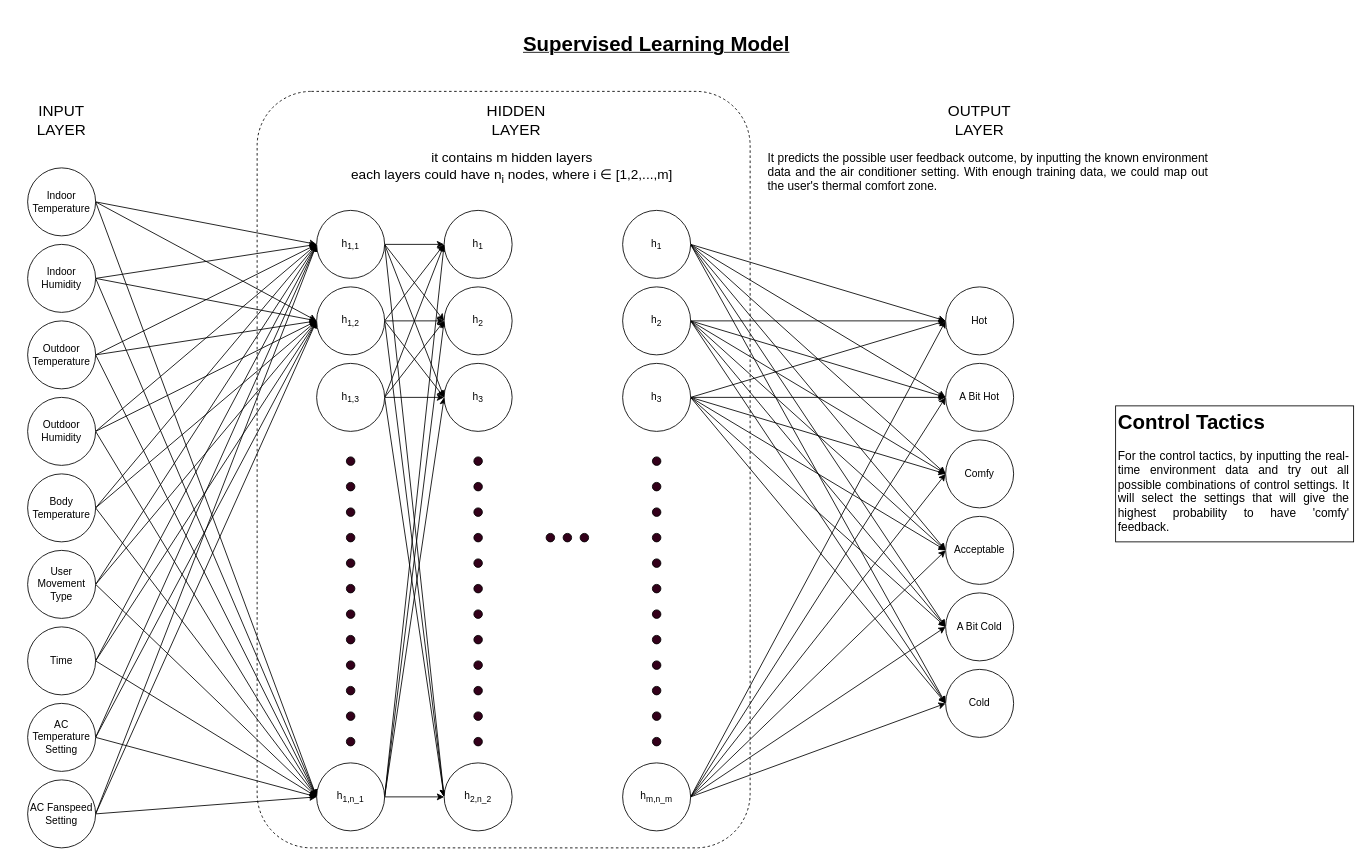
This is Machine_Learning/Supervised Learning Model.drawio from eddylau328/fyp-artificial-intelligence-ac-control-device, a draw.io file, before an edit. Source tidied: cells renumbered, new cells numbered last; positions are measured from the earlier drawing's top-left corner, leaving out a move shared by most shapes. Both pictures are drawn from the tidied source at 85%, with x=0, y=0 at pixel (14, 14).
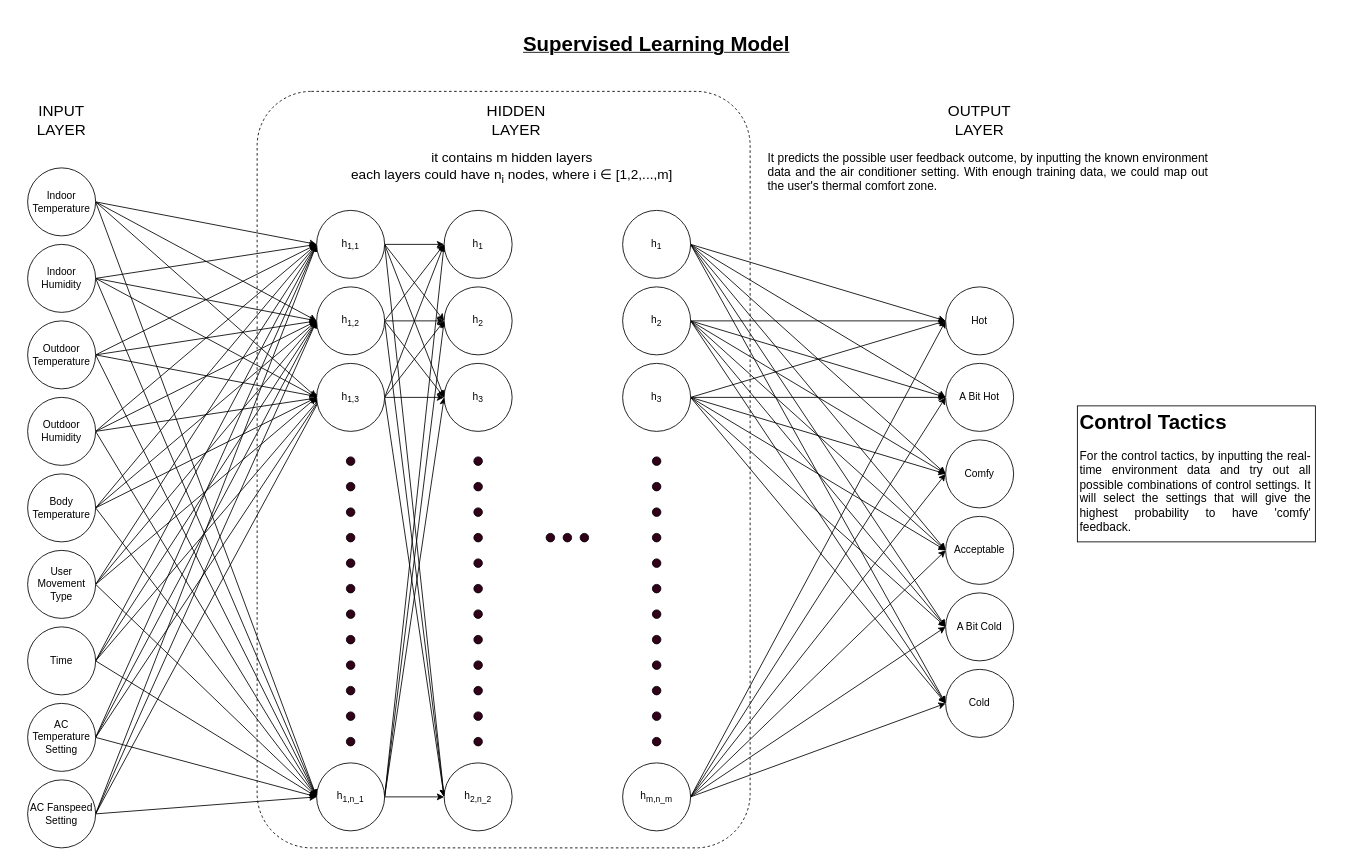
Above is the later version.

Unchanged cells that the change refers to:
```xml
<mxCell id="5" value="Indoor&lt;div&gt;Temperature&lt;/div&gt;" style="ellipse;whiteSpace=wrap;html=1;" parent="1" vertex="1">
  <mxGeometry x="15" y="180" width="80" height="80" as="geometry" />
</mxCell>
<mxCell id="9" value="Indoor Humidity" style="ellipse;whiteSpace=wrap;html=1;" parent="1" vertex="1">
  <mxGeometry x="15" y="270" width="80" height="80" as="geometry" />
</mxCell>
<mxCell id="13" value="&lt;div&gt;Outdoor Temperature&lt;br&gt;&lt;/div&gt;" style="ellipse;whiteSpace=wrap;html=1;" parent="1" vertex="1">
  <mxGeometry x="15" y="360" width="80" height="80" as="geometry" />
</mxCell>
<mxCell id="17" value="Outdoor Humidity" style="ellipse;whiteSpace=wrap;html=1;" parent="1" vertex="1">
  <mxGeometry x="15" y="450" width="80" height="80" as="geometry" />
</mxCell>
<mxCell id="21" value="Time" style="ellipse;whiteSpace=wrap;html=1;" parent="1" vertex="1">
  <mxGeometry x="15" y="720" width="80" height="80" as="geometry" />
</mxCell>
<mxCell id="25" value="Body Temperature" style="ellipse;whiteSpace=wrap;html=1;" parent="1" vertex="1">
  <mxGeometry x="15" y="540" width="80" height="80" as="geometry" />
</mxCell>
<mxCell id="29" value="User Movement Type" style="ellipse;whiteSpace=wrap;html=1;" parent="1" vertex="1">
  <mxGeometry x="15" y="630" width="80" height="80" as="geometry" />
</mxCell>
<mxCell id="33" value="AC Temperature Setting" style="ellipse;whiteSpace=wrap;html=1;" parent="1" vertex="1">
  <mxGeometry x="15" y="810" width="80" height="80" as="geometry" />
</mxCell>
<mxCell id="37" value="AC Fanspeed Setting" style="ellipse;whiteSpace=wrap;html=1;" parent="1" vertex="1">
  <mxGeometry x="15" y="900" width="80" height="80" as="geometry" />
</mxCell>
<mxCell id="53" value="h&lt;sub&gt;1,3&lt;/sub&gt;" style="ellipse;whiteSpace=wrap;html=1;" parent="1" vertex="1">
  <mxGeometry x="355" y="410" width="80" height="80" as="geometry" />
</mxCell>
```

The edit, as a diff of the source:
```diff
@@
+    <mxCell id="131" style="rounded=1;whiteSpace=wrap;html=1;fillColor=none;dashed=1;arcSize=11;" parent="1" vertex="1">
+      <mxGeometry x="285" y="90" width="580" height="890" as="geometry" />
+    </mxCell>
@@
+    <mxCell id="143" style="rounded=0;jettySize=auto;html=1;exitX=1;exitY=0.5;exitDx=0;exitDy=0;entryX=0;entryY=0.5;entryDx=0;entryDy=0;" parent="1" edge="1" source="5" target="53">
+      <mxGeometry relative="1" as="geometry" />
+    </mxCell>
@@
+    <mxCell id="144" style="edgeStyle=none;rounded=0;jettySize=auto;html=1;exitX=1;exitY=0.5;exitDx=0;exitDy=0;entryX=0;entryY=0.5;entryDx=0;entryDy=0;" parent="1" edge="1" source="9" target="53">
+      <mxGeometry relative="1" as="geometry" />
+    </mxCell>
@@
+    <mxCell id="145" style="edgeStyle=none;rounded=0;jettySize=auto;html=1;exitX=1;exitY=0.5;exitDx=0;exitDy=0;" parent="1" edge="1" source="13">
+      <mxGeometry relative="1" as="geometry">
+        <mxPoint x="360" y="450" as="targetPoint" />
+      </mxGeometry>
+    </mxCell>
@@
+    <mxCell id="146" style="edgeStyle=none;rounded=0;jettySize=auto;html=1;exitX=1;exitY=0.5;exitDx=0;exitDy=0;" parent="1" edge="1" source="17">
+      <mxGeometry relative="1" as="geometry">
+        <mxPoint x="360" y="450" as="targetPoint" />
+      </mxGeometry>
+    </mxCell>
@@
+    <mxCell id="147" style="edgeStyle=none;rounded=0;jettySize=auto;html=1;exitX=1;exitY=0.5;exitDx=0;exitDy=0;" parent="1" edge="1" source="21">
+      <mxGeometry relative="1" as="geometry">
+        <mxPoint x="360" y="450" as="targetPoint" />
+      </mxGeometry>
+    </mxCell>
@@
+    <mxCell id="148" style="edgeStyle=none;rounded=0;jettySize=auto;html=1;exitX=1;exitY=0.5;exitDx=0;exitDy=0;entryX=0;entryY=0.5;entryDx=0;entryDy=0;" parent="1" edge="1" source="25" target="53">
+      <mxGeometry relative="1" as="geometry" />
+    </mxCell>
@@
+    <mxCell id="149" style="edgeStyle=none;rounded=0;jettySize=auto;html=1;exitX=1;exitY=0.5;exitDx=0;exitDy=0;entryX=0;entryY=0.5;entryDx=0;entryDy=0;" parent="1" edge="1" source="29" target="53">
+      <mxGeometry relative="1" as="geometry" />
+    </mxCell>
@@
+    <mxCell id="150" style="edgeStyle=none;rounded=0;jettySize=auto;html=1;exitX=1;exitY=0.5;exitDx=0;exitDy=0;" parent="1" edge="1" source="33">
+      <mxGeometry relative="1" as="geometry">
+        <mxPoint x="360" y="450" as="targetPoint" />
+      </mxGeometry>
+    </mxCell>
@@
+    <mxCell id="151" style="edgeStyle=none;rounded=0;jettySize=auto;html=1;exitX=1;exitY=0.5;exitDx=0;exitDy=0;" parent="1" edge="1" source="37">
+      <mxGeometry relative="1" as="geometry">
+        <mxPoint x="360" y="450" as="targetPoint" />
+      </mxGeometry>
+    </mxCell>
@@
-    <mxCell id="131" style="rounded=1;whiteSpace=wrap;html=1;fillColor=none;dashed=1;arcSize=11;" parent="1" vertex="1">
-      <mxGeometry x="285" y="90" width="580" height="890" as="geometry" />
-    </mxCell>
@@
     <mxCell id="142" value="&lt;h1 align=&quot;justify&quot;&gt;Control Tactics&lt;br&gt;&lt;/h1&gt;&lt;p align=&quot;justify&quot;&gt;&lt;font style=&quot;font-size: 14px&quot;&gt;For the control tactics, by inputting the real-time environment data and try out all possible combinations of control settings. It will select the settings that will give the highest probability to have 'comfy' feedback.  &lt;/font&gt;&lt;/p&gt;" style="text;html=1;strokeColor=#000000;fillColor=none;spacing=5;spacingTop=-20;whiteSpace=wrap;overflow=hidden;rounded=0;align=right;" parent="1" vertex="1">
-      <mxGeometry x="1295" y="460" width="280" height="160" as="geometry" />
+      <mxGeometry x="1250" y="460" width="280" height="160" as="geometry" />
     </mxCell>
```
